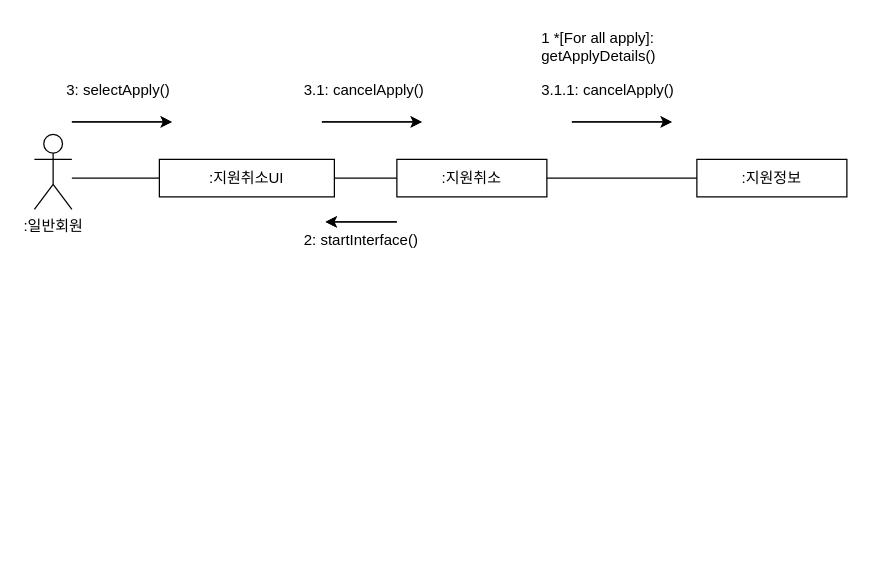
The draw.io diagram B811190_진선명/지원취소.drawio in FinancialWorld16/SE_TEAM, before the edit. Source tidied: cells renumbered, new cells numbered last; positions are measured from the earlier drawing's top-left corner, leaving out a move shared by most shapes. Both pictures are drawn from the tidied source at 125%, with x=0, y=0 at pixel (34, 21).
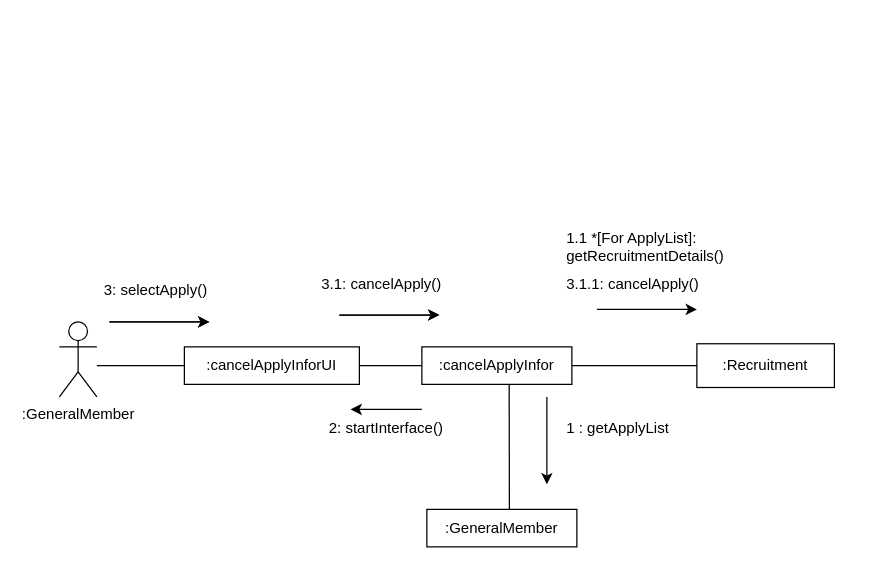
The same page after the edit.

Diff of the diagram source:
```diff
@@
-    <mxCell id="2" value=":일반회원" style="shape=umlActor;verticalLabelPosition=bottom;verticalAlign=top;html=1;" parent="1" vertex="1">
-      <mxGeometry y="90" width="30" height="60" as="geometry" />
-    </mxCell>
-    <mxCell id="3" value=":지원취소UI" style="rounded=0;whiteSpace=wrap;html=1;" parent="1" vertex="1">
-      <mxGeometry x="100" y="110" width="140" height="30" as="geometry" />
-    </mxCell>
-    <mxCell id="4" value=":지원취소" style="rounded=0;whiteSpace=wrap;html=1;" parent="1" vertex="1">
-      <mxGeometry x="290" y="110" width="120" height="30" as="geometry" />
-    </mxCell>
-    <mxCell id="5" style="endArrow=none;html=1;rounded=0;entryX=0;entryY=0.5;entryDx=0;entryDy=0;" parent="1" edge="1" target="3">
-      <mxGeometry relative="1" as="geometry">
-        <mxPoint x="30" y="125" as="sourcePoint" />
-      </mxGeometry>
-    </mxCell>
-    <mxCell id="6" style="endArrow=none;html=1;rounded=0;entryX=0;entryY=0.5;entryDx=0;entryDy=0;exitX=1;exitY=0.5;exitDx=0;exitDy=0;" parent="1" edge="1" source="3" target="4">
-      <mxGeometry relative="1" as="geometry" />
-    </mxCell>
-    <mxCell id="7" style="endArrow=classic;rounded=0;html=1;verticalAlign=top;" parent="1" edge="1">
-      <mxGeometry relative="1" as="geometry">
-        <mxPoint x="290" y="160" as="sourcePoint" />
-        <mxPoint x="233" y="160" as="targetPoint" />
-      </mxGeometry>
-    </mxCell>
+    <mxCell id="13" value="3: selectApply()" style="text;strokeColor=none;fillColor=none;align=left;verticalAlign=middle;spacingLeft=4;spacingRight=4;overflow=hidden;whiteSpace=wrap;html=1;" parent="1" vertex="1">
+      <mxGeometry x="50" y="200" width="100" height="30" as="geometry" />
+    </mxCell>
+    <mxCell id="22" style="endArrow=classic;html=1;rounded=0;" parent="1" edge="1">
+      <mxGeometry relative="1" as="geometry">
+        <mxPoint x="60" y="240" as="sourcePoint" />
+        <mxPoint x="140" y="240" as="targetPoint" />
+      </mxGeometry>
+    </mxCell>
+    <mxCell id="15" value="3.1: cancelApply()" style="text;strokeColor=none;fillColor=none;align=left;verticalAlign=middle;spacingLeft=4;spacingRight=4;overflow=hidden;whiteSpace=wrap;html=1;" parent="1" vertex="1">
+      <mxGeometry x="224" y="194.5" width="140" height="30" as="geometry" />
+    </mxCell>
+    <mxCell id="23" style="endArrow=classic;html=1;rounded=0;" parent="1" edge="1">
+      <mxGeometry relative="1" as="geometry">
+        <mxPoint x="244" y="234.5" as="sourcePoint" />
+        <mxPoint x="324" y="234.5" as="targetPoint" />
+      </mxGeometry>
+    </mxCell>
+    <mxCell id="17" value="3.1.1: cancelApply()" style="text;strokeColor=none;fillColor=none;align=left;verticalAlign=middle;spacingLeft=4;spacingRight=4;overflow=hidden;whiteSpace=wrap;html=1;" parent="1" vertex="1">
+      <mxGeometry x="420" y="194.5" width="140" height="30" as="geometry" />
+    </mxCell>
+    <mxCell id="24" style="endArrow=classic;html=1;rounded=0;" parent="1" edge="1">
+      <mxGeometry relative="1" as="geometry">
+        <mxPoint x="60" y="240" as="sourcePoint" />
+        <mxPoint x="140" y="240" as="targetPoint" />
+      </mxGeometry>
+    </mxCell>
+    <mxCell id="25" style="endArrow=classic;html=1;rounded=0;" parent="1" edge="1">
+      <mxGeometry relative="1" as="geometry">
+        <mxPoint x="244" y="234.5" as="sourcePoint" />
+        <mxPoint x="324" y="234.5" as="targetPoint" />
+      </mxGeometry>
+    </mxCell>
+    <mxCell id="26" value=":GeneralMember" style="shape=umlActor;verticalLabelPosition=bottom;verticalAlign=top;html=1;" parent="1" vertex="1">
+      <mxGeometry x="20" y="240" width="30" height="60" as="geometry" />
+    </mxCell>
+    <mxCell id="27" value=":cancelApplyInforUI" style="rounded=0;whiteSpace=wrap;html=1;" parent="1" vertex="1">
+      <mxGeometry x="120" y="260" width="140" height="30" as="geometry" />
+    </mxCell>
+    <mxCell id="28" value=":cancelApplyInfor" style="rounded=0;whiteSpace=wrap;html=1;" parent="1" vertex="1">
+      <mxGeometry x="310" y="260" width="120" height="30" as="geometry" />
+    </mxCell>
+    <mxCell id="29" style="endArrow=none;html=1;rounded=0;entryX=0;entryY=0.5;entryDx=0;entryDy=0;" parent="1" edge="1" target="27">
+      <mxGeometry relative="1" as="geometry">
+        <mxPoint x="50" y="275" as="sourcePoint" />
+      </mxGeometry>
+    </mxCell>
+    <mxCell id="30" style="endArrow=none;html=1;rounded=0;entryX=0;entryY=0.5;entryDx=0;entryDy=0;exitX=1;exitY=0.5;exitDx=0;exitDy=0;" parent="1" edge="1" source="27" target="28">
+      <mxGeometry relative="1" as="geometry" />
+    </mxCell>
+    <mxCell id="31" style="endArrow=classic;rounded=0;html=1;verticalAlign=top;" parent="1" edge="1">
+      <mxGeometry relative="1" as="geometry">
+        <mxPoint x="310" y="310" as="sourcePoint" />
+        <mxPoint x="253" y="310" as="targetPoint" />
+      </mxGeometry>
+    </mxCell>
     <mxCell id="8" value="2: startInterface()" style="text;strokeColor=none;fillColor=none;align=left;verticalAlign=middle;spacingLeft=4;spacingRight=4;overflow=hidden;whiteSpace=wrap;html=1;" parent="1" vertex="1">
-      <mxGeometry x="210" y="160" width="110" height="30" as="geometry" />
+      <mxGeometry x="230" y="310" width="110" height="30" as="geometry" />
     </mxCell>
-    <mxCell id="9" value=":지원정보" style="rounded=0;whiteSpace=wrap;html=1;" parent="1" vertex="1">
-      <mxGeometry x="530" y="110" width="120" height="30" as="geometry" />
-    </mxCell>
-    <mxCell id="10" value="1 *[For all apply]: getApplyDetails()" style="text;strokeColor=none;fillColor=none;align=left;verticalAlign=middle;spacingLeft=4;spacingRight=4;overflow=hidden;whiteSpace=wrap;html=1;" parent="1" vertex="1">
-      <mxGeometry x="400" width="170" height="40" as="geometry" />
-    </mxCell>
-    <mxCell id="11" style="endArrow=none;html=1;rounded=0;entryX=0;entryY=0.5;entryDx=0;entryDy=0;exitX=1;exitY=0.5;exitDx=0;exitDy=0;" parent="1" edge="1" source="4" target="9">
-      <mxGeometry relative="1" as="geometry" />
-    </mxCell>
-    <mxCell id="12" style="endArrow=classic;html=1;rounded=0;" parent="1" edge="1">
-      <mxGeometry relative="1" as="geometry">
-        <mxPoint x="430" y="80" as="sourcePoint" />
-        <mxPoint x="510" y="80" as="targetPoint" />
-      </mxGeometry>
-    </mxCell>
-    <mxCell id="13" value="3: selectApply()" style="text;strokeColor=none;fillColor=none;align=left;verticalAlign=middle;spacingLeft=4;spacingRight=4;overflow=hidden;whiteSpace=wrap;html=1;" parent="1" vertex="1">
-      <mxGeometry x="20" y="40" width="100" height="30" as="geometry" />
-    </mxCell>
-    <mxCell id="14" style="endArrow=classic;html=1;rounded=0;" parent="1" edge="1">
-      <mxGeometry relative="1" as="geometry">
-        <mxPoint x="30" y="80" as="sourcePoint" />
-        <mxPoint x="110" y="80" as="targetPoint" />
-      </mxGeometry>
-    </mxCell>
-    <mxCell id="15" value="3.1: cancelApply()" style="text;strokeColor=none;fillColor=none;align=left;verticalAlign=middle;spacingLeft=4;spacingRight=4;overflow=hidden;whiteSpace=wrap;html=1;" parent="1" vertex="1">
-      <mxGeometry x="210" y="40" width="140" height="30" as="geometry" />
-    </mxCell>
-    <mxCell id="16" style="endArrow=classic;html=1;rounded=0;" parent="1" edge="1">
-      <mxGeometry relative="1" as="geometry">
-        <mxPoint x="230" y="80" as="sourcePoint" />
-        <mxPoint x="310" y="80" as="targetPoint" />
-      </mxGeometry>
-    </mxCell>
-    <mxCell id="17" value="3.1.1: cancelApply()" style="text;strokeColor=none;fillColor=none;align=left;verticalAlign=middle;spacingLeft=4;spacingRight=4;overflow=hidden;whiteSpace=wrap;html=1;" parent="1" vertex="1">
-      <mxGeometry x="400" y="40" width="140" height="30" as="geometry" />
-    </mxCell>
-    <mxCell id="18" style="endArrow=classic;rounded=0;html=1;verticalAlign=top;" parent="1" edge="1">
-      <mxGeometry relative="1" as="geometry">
-        <mxPoint x="290" y="160" as="sourcePoint" />
-        <mxPoint x="233" y="160" as="targetPoint" />
-      </mxGeometry>
-    </mxCell>
-    <mxCell id="19" style="endArrow=classic;html=1;rounded=0;" parent="1" edge="1">
-      <mxGeometry relative="1" as="geometry">
-        <mxPoint x="430" y="80" as="sourcePoint" />
-        <mxPoint x="510" y="80" as="targetPoint" />
-      </mxGeometry>
-    </mxCell>
-    <mxCell id="20" style="endArrow=classic;html=1;rounded=0;" parent="1" edge="1">
-      <mxGeometry relative="1" as="geometry">
-        <mxPoint x="30" y="80" as="sourcePoint" />
-        <mxPoint x="110" y="80" as="targetPoint" />
-      </mxGeometry>
-    </mxCell>
-    <mxCell id="21" style="endArrow=classic;html=1;rounded=0;" parent="1" edge="1">
-      <mxGeometry relative="1" as="geometry">
-        <mxPoint x="230" y="80" as="sourcePoint" />
-        <mxPoint x="310" y="80" as="targetPoint" />
-      </mxGeometry>
-    </mxCell>
+    <mxCell id="32" value=":GeneralMember" style="rounded=0;whiteSpace=wrap;html=1;" parent="1" vertex="1">
+      <mxGeometry x="314" y="390" width="120" height="30" as="geometry" />
+    </mxCell>
+    <mxCell id="33" value="1.1 *[For ApplyList]: getRecruitmentDetails()" style="text;strokeColor=none;fillColor=none;align=left;verticalAlign=middle;spacingLeft=4;spacingRight=4;overflow=hidden;whiteSpace=wrap;html=1;" parent="1" vertex="1">
+      <mxGeometry x="420" y="160" width="170" height="40" as="geometry" />
+    </mxCell>
+    <mxCell id="34" style="endArrow=none;html=1;rounded=0;exitX=0.582;exitY=1.007;exitDx=0;exitDy=0;exitPerimeter=0;" parent="1" edge="1" source="28">
+      <mxGeometry relative="1" as="geometry">
+        <mxPoint x="380" y="390" as="targetPoint" />
+      </mxGeometry>
+    </mxCell>
+    <mxCell id="35" style="endArrow=classic;html=1;rounded=0;" parent="1" edge="1">
+      <mxGeometry relative="1" as="geometry">
+        <mxPoint x="450" y="230" as="sourcePoint" />
+        <mxPoint x="530" y="230" as="targetPoint" />
+      </mxGeometry>
+    </mxCell>
+    <mxCell id="36" style="endArrow=classic;html=1;rounded=0;" parent="1" edge="1">
+      <mxGeometry relative="1" as="geometry">
+        <mxPoint x="410" y="300" as="sourcePoint" />
+        <mxPoint x="410" y="370" as="targetPoint" />
+      </mxGeometry>
+    </mxCell>
+    <mxCell id="37" value="1 : getApplyList" style="text;strokeColor=none;fillColor=none;align=left;verticalAlign=middle;spacingLeft=4;spacingRight=4;overflow=hidden;whiteSpace=wrap;html=1;" parent="1" vertex="1">
+      <mxGeometry x="420" y="310" width="100" height="30" as="geometry" />
+    </mxCell>
+    <mxCell id="38" value=":Recruitment" style="rounded=0;whiteSpace=wrap;html=1;" parent="1" vertex="1">
+      <mxGeometry x="530" y="257.5" width="110" height="35" as="geometry" />
+    </mxCell>
+    <mxCell id="39" style="endArrow=none;html=1;rounded=0;entryX=0;entryY=0.5;entryDx=0;entryDy=0;exitX=1;exitY=0.5;exitDx=0;exitDy=0;" parent="1" edge="1" source="28" target="38">
+      <mxGeometry relative="1" as="geometry" />
+    </mxCell>
```
